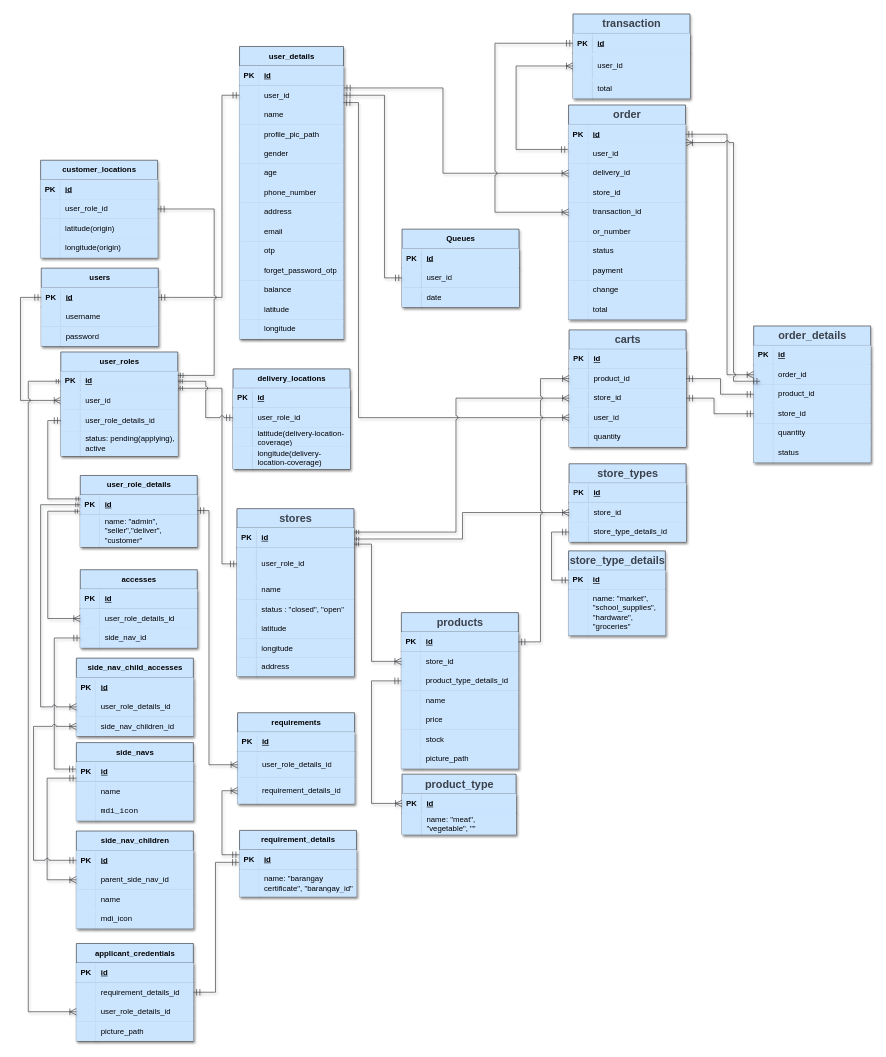
The draw.io diagram documentation/e-palengke-erd.drawio in DanerisMendoza/e-palengke-back, before the edit. Source tidied: cells renumbered, new cells numbered last; positions are measured from the earlier drawing's top-left corner, leaving out a move shared by most shapes. Both pictures are drawn from the tidied source at 65%, with x=0, y=0 at pixel (20, 14).
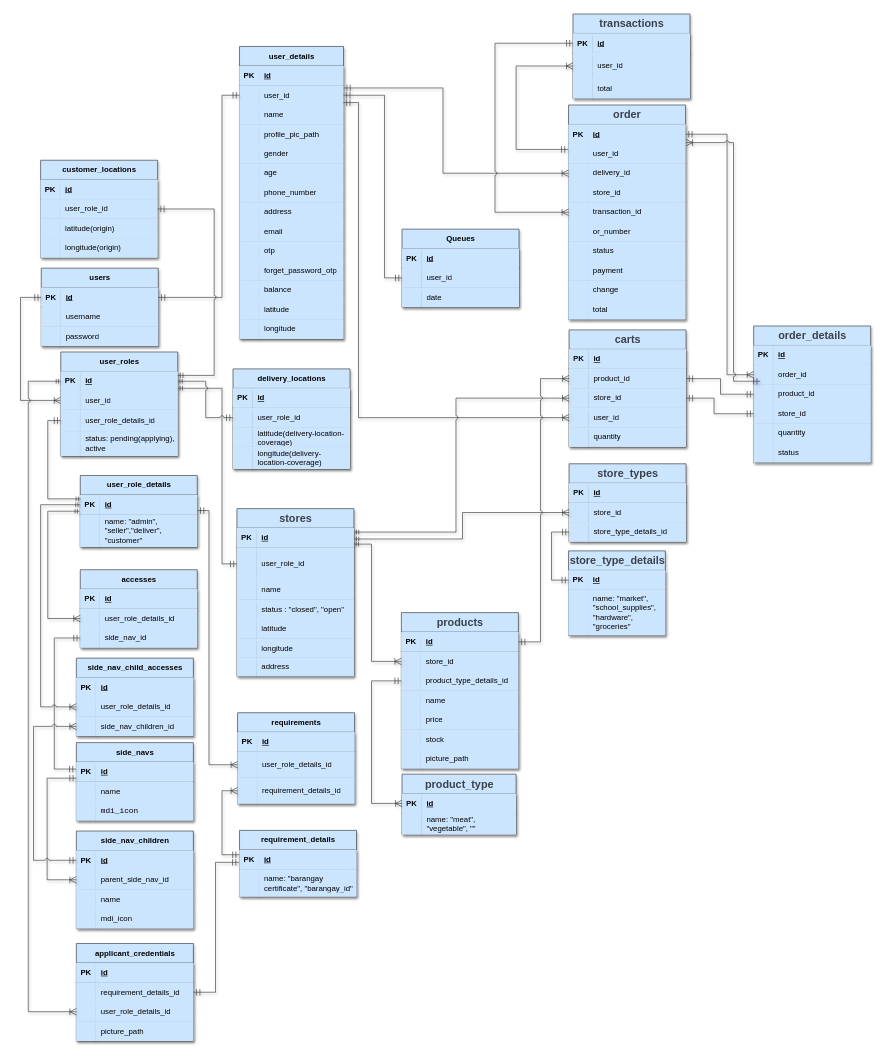
The same diagram, later.

Diff of the diagram source:
```diff
@@
-    <mxCell id="345" value="&lt;font color=&quot;#3a414a&quot;&gt;&lt;span style=&quot;font-size: 16.6667px;&quot;&gt;transaction&lt;/span&gt;&lt;/font&gt;" style="shape=table;startSize=30;childLayout=tableLayout;rowLines=0;fontStyle=1;align=center;html=1;shadow=1;fillColor=#cce5ff;strokeColor=#36393d;" parent="1" vertex="1">
+    <mxCell id="345" value="&lt;font color=&quot;#3a414a&quot;&gt;&lt;span style=&quot;font-size: 16.6667px;&quot;&gt;transactions&lt;/span&gt;&lt;/font&gt;" style="shape=table;startSize=30;childLayout=tableLayout;rowLines=0;fontStyle=1;align=center;html=1;shadow=1;fillColor=#cce5ff;strokeColor=#36393d;" parent="1" vertex="1">
       <mxGeometry x="850" width="180" height="130" as="geometry" />
     </mxCell>
```
